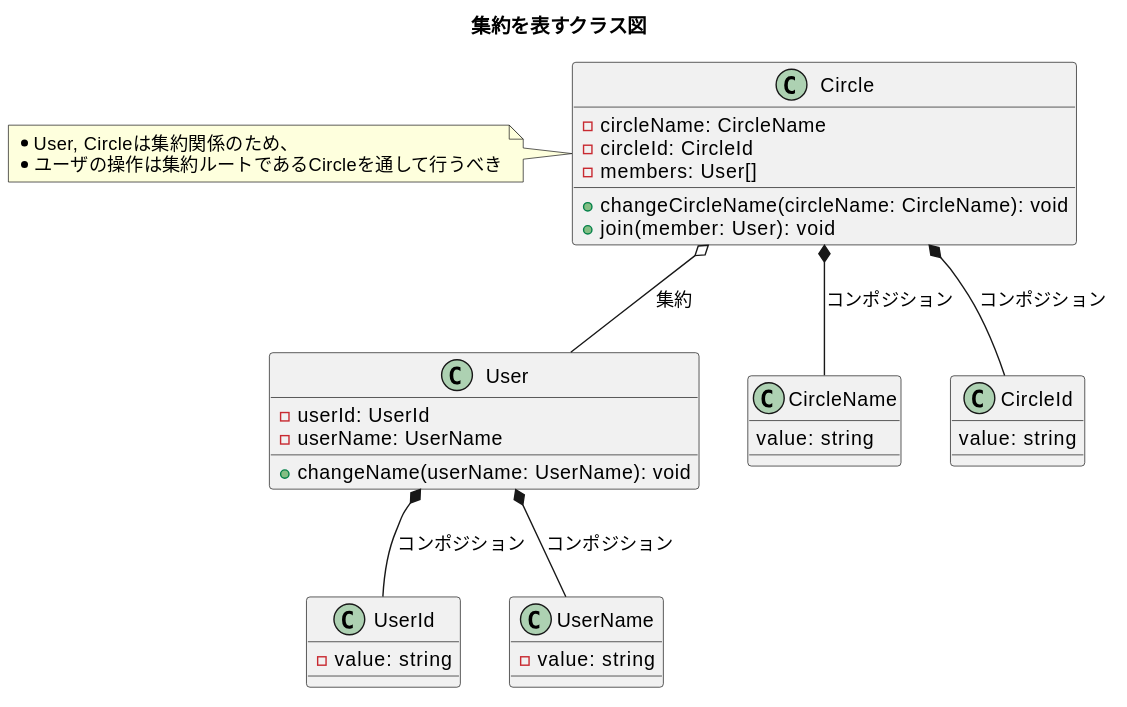
Yuki-TU/ddd keeps this PlantUML diagram as diagrams/ch12-aggregate-circle.svg. Above is the earlier version. The source it was exported from:
```plantuml
@startuml
title 集約を表すクラス図

class User {
  - userId: UserId
  - userName: UserName
  + changeName(userName: UserName): void
}

class UserId {
  - value: string
}

class UserName {
  - value: string
}
class Circle {
  - circleName: CircleName
  - circleId: CircleId
  - members: User[]
  + changeCircleName(circleName: CircleName): void
  + join(member: User): void
}

note left
* User, Circleは集約関係のため、
* ユーザの操作は集約ルートであるCircleを通して行うべき
endnote

class CircleName {
  value: string
}
class CircleId {
  value: string
}

User *-- UserId: コンポジション
User *-- UserName: コンポジション
Circle *-- CircleId: コンポジション
Circle *-- CircleName: コンポジション
Circle o-- User: 集約
@enduml
```
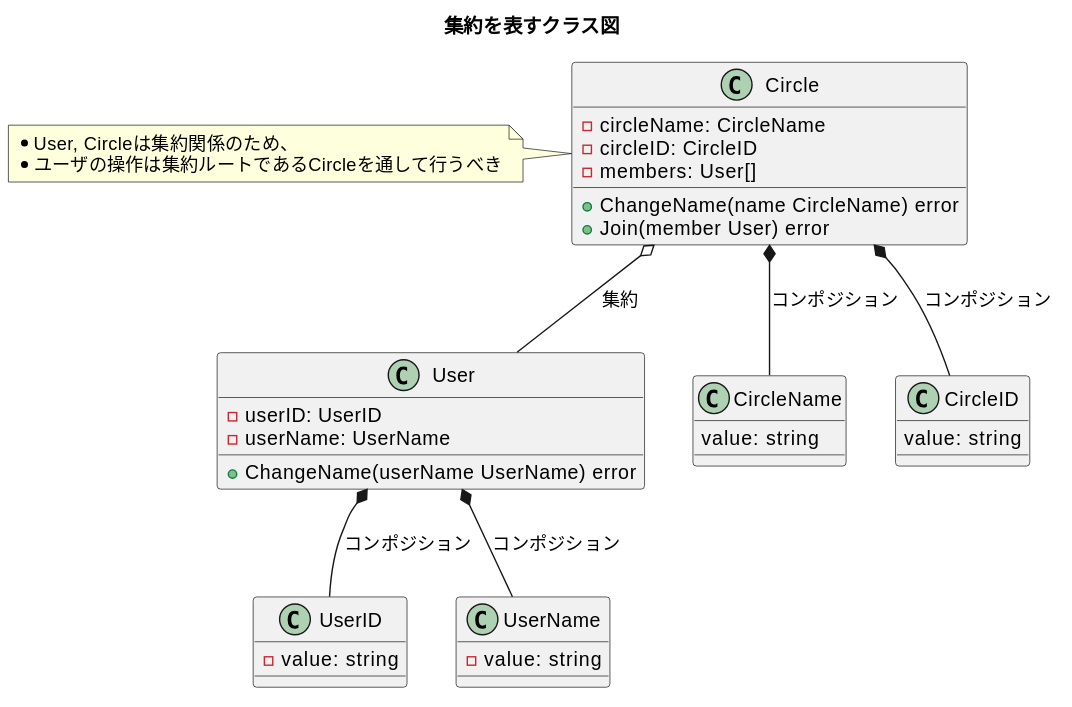
After the change.

The edit, as a diff of the source:
```diff
@@ -2,12 +2,12 @@
 title 集約を表すクラス図
 
 class User {
-  - userId: UserId
+  - userID: UserID
   - userName: UserName
-  + changeName(userName: UserName): void
+  + ChangeName(userName UserName) error
 }
 
-class UserId {
+class UserID {
   - value: string
 }
 
@@ -16,10 +16,10 @@
 }
 class Circle {
   - circleName: CircleName
-  - circleId: CircleId
+  - circleID: CircleID
   - members: User[]
-  + changeCircleName(circleName: CircleName): void
-  + join(member: User): void
+  + ChangeName(name CircleName) error
+  + Join(member User) error
 }
 
 note left
@@ -30,13 +30,13 @@
 class CircleName {
   value: string
 }
-class CircleId {
+class CircleID {
   value: string
 }
 
-User *-- UserId: コンポジション
+User *-- UserID: コンポジション
 User *-- UserName: コンポジション
-Circle *-- CircleId: コンポジション
+Circle *-- CircleID: コンポジション
 Circle *-- CircleName: コンポジション
 Circle o-- User: 集約
 @enduml
```
